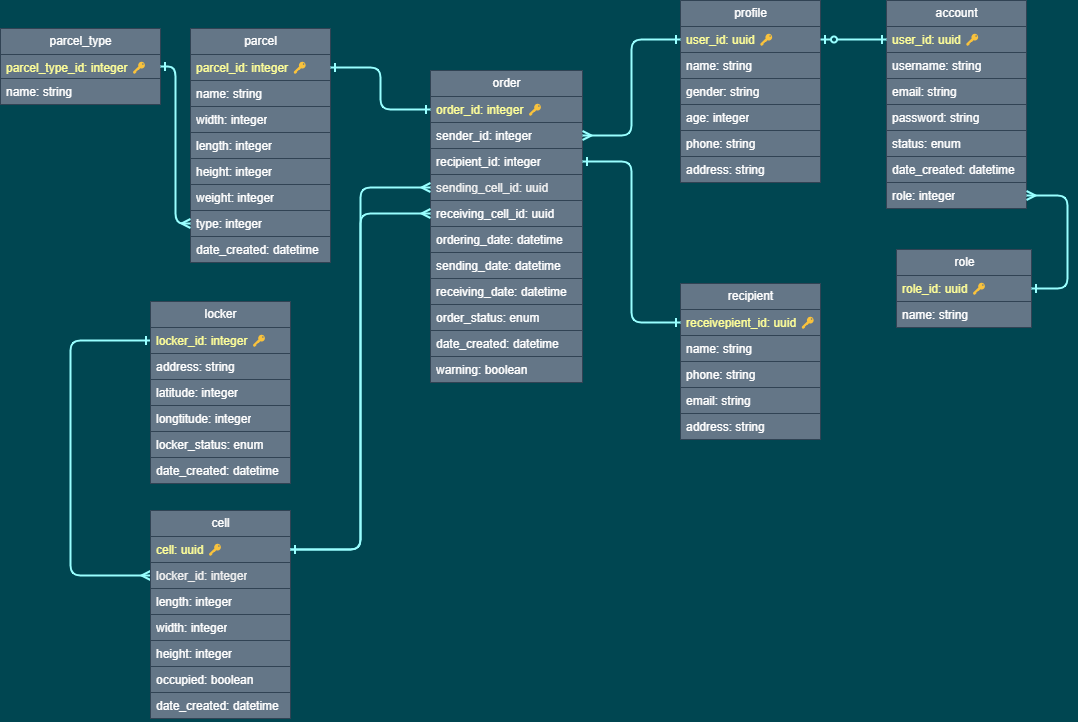
The draw.io diagram UML.drawio.png in chauanphu/be-parcel-locker, before a commit. Source tidied: cells renumbered, new cells last; positions are measured from the earlier drawing's top-left corner, leaving out a move shared by most shapes.
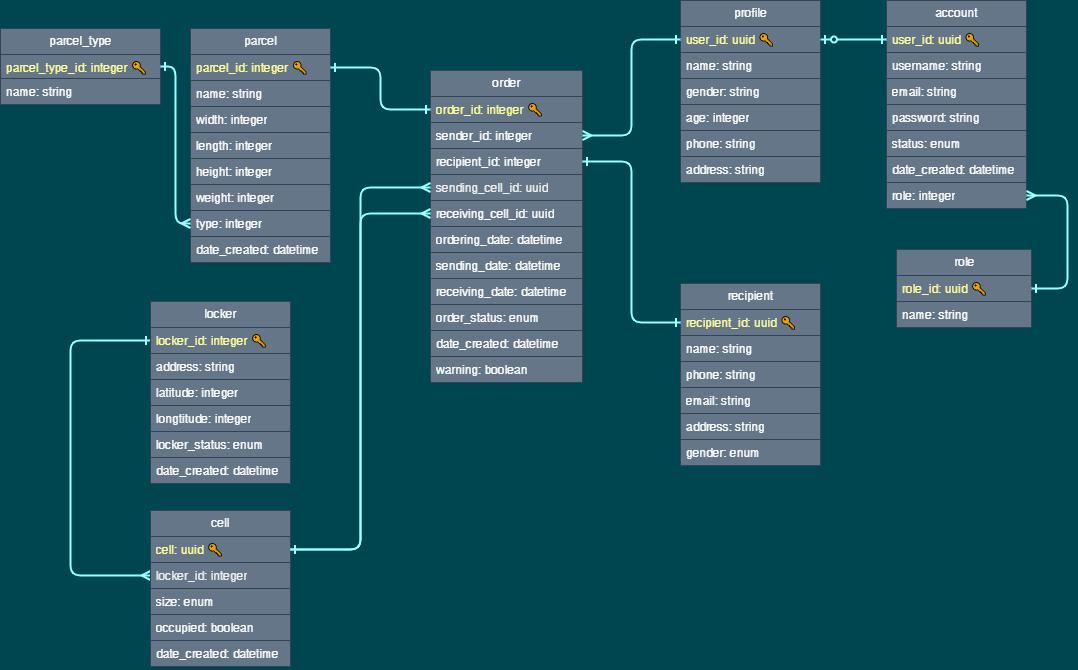
Later version of the same file.

Commit message:
add recipient, profile, account table

What changed in the source:
```diff
@@ -121,7 +121,7 @@
       <mxGeometry relative="1" as="geometry" />
     </mxCell>
     <mxCell id="40" value="cell" style="swimlane;fontStyle=0;horizontal=1;startSize=26;fillColor=#647687;html=1;fontColor=#ffffff;strokeColor=#314354;" parent="1" vertex="1">
-      <mxGeometry x="150" y="510" width="140" height="208" as="geometry" />
+      <mxGeometry x="150" y="510" width="140" height="156" as="geometry" />
     </mxCell>
     <mxCell id="41" value="&lt;font color=&quot;#ffff99&quot;&gt;cell: uuid&amp;nbsp;&lt;/font&gt;&lt;span style=&quot;color: rgb(255, 255, 153);&quot;&gt;🔑&lt;/span&gt;" style="text;strokeColor=#314354;fillColor=#647687;align=left;verticalAlign=top;spacingLeft=4;spacingRight=4;overflow=hidden;points=[[0,0.5],[1,0.5]];portConstraint=eastwest;whiteSpace=wrap;html=1;fontColor=#ffffff;" parent="40" vertex="1">
       <mxGeometry y="26" width="140" height="26" as="geometry" />
@@ -129,20 +129,14 @@
     <mxCell id="42" value="&lt;font color=&quot;#f0f0f0&quot;&gt;locker_id: integer&lt;/font&gt;" style="text;strokeColor=#314354;fillColor=#647687;align=left;verticalAlign=top;spacingLeft=4;spacingRight=4;overflow=hidden;points=[[0,0.5],[1,0.5]];portConstraint=eastwest;whiteSpace=wrap;html=1;fontColor=#ffffff;" parent="40" vertex="1">
       <mxGeometry y="52" width="140" height="26" as="geometry" />
     </mxCell>
-    <mxCell id="43" value="length: integer" style="text;strokeColor=#314354;fillColor=#647687;align=left;verticalAlign=top;spacingLeft=4;spacingRight=4;overflow=hidden;whiteSpace=wrap;html=1;fontColor=#ffffff;" parent="40" vertex="1">
-      <mxGeometry y="78" width="140" height="26" as="geometry" />
-    </mxCell>
-    <mxCell id="44" value="width: integer" style="text;strokeColor=#314354;fillColor=#647687;align=left;verticalAlign=top;spacingLeft=4;spacingRight=4;overflow=hidden;whiteSpace=wrap;html=1;fontColor=#ffffff;" parent="40" vertex="1">
-      <mxGeometry y="104" width="140" height="26" as="geometry" />
-    </mxCell>
-    <mxCell id="45" value="height: integer" style="text;strokeColor=#314354;fillColor=#647687;align=left;verticalAlign=top;spacingLeft=4;spacingRight=4;overflow=hidden;whiteSpace=wrap;html=1;fontColor=#ffffff;" parent="40" vertex="1">
-      <mxGeometry y="130" width="140" height="26" as="geometry" />
-    </mxCell>
+    <mxCell id="74" value="size: enum" style="text;strokeColor=#314354;fillColor=#647687;align=left;verticalAlign=top;spacingLeft=4;spacingRight=4;overflow=hidden;whiteSpace=wrap;html=1;fontColor=#ffffff;" parent="40" vertex="1">
+      <mxGeometry y="78" width="140" height="26" as="geometry" />
+    </mxCell>
     <mxCell id="46" value="occupied: boolean" style="text;strokeColor=#314354;fillColor=#647687;align=left;verticalAlign=top;spacingLeft=4;spacingRight=4;overflow=hidden;whiteSpace=wrap;html=1;fontColor=#ffffff;" parent="40" vertex="1">
-      <mxGeometry y="156" width="140" height="26" as="geometry" />
+      <mxGeometry y="104" width="140" height="26" as="geometry" />
     </mxCell>
     <mxCell id="47" value="date_created: datetime" style="text;strokeColor=#314354;fillColor=#647687;align=left;verticalAlign=top;spacingLeft=4;spacingRight=4;overflow=hidden;whiteSpace=wrap;html=1;fontColor=#ffffff;" parent="40" vertex="1">
-      <mxGeometry y="182" width="140" height="26" as="geometry" />
+      <mxGeometry y="130" width="140" height="26" as="geometry" />
     </mxCell>
     <mxCell id="48" style="edgeStyle=orthogonalEdgeStyle;html=1;exitX=1;exitY=0.5;exitDx=0;exitDy=0;strokeColor=#99FFFF;strokeWidth=2;fontColor=#F0F0F0;startArrow=ERone;startFill=0;endArrow=ERmany;endFill=0;entryX=0;entryY=0.5;entryDx=0;entryDy=0;" parent="1" edge="1" source="41" target="22">
       <mxGeometry relative="1" as="geometry" />
@@ -178,9 +172,9 @@
       <mxGeometry relative="1" as="geometry" />
     </mxCell>
     <mxCell id="59" value="recipient" style="swimlane;fontStyle=0;horizontal=1;startSize=26;fillColor=#647687;html=1;fontColor=#ffffff;strokeColor=#314354;" parent="1" vertex="1">
-      <mxGeometry x="680" y="283" width="140" height="156" as="geometry" />
+      <mxGeometry x="680" y="283" width="140" height="182" as="geometry" />
     </mxCell>
-    <mxCell id="60" value="&lt;font color=&quot;#ffff99&quot;&gt;receivepient_id: uuid&amp;nbsp;&lt;/font&gt;&lt;span style=&quot;color: rgb(255, 255, 153);&quot;&gt;🔑&lt;/span&gt;" style="text;strokeColor=#314354;fillColor=#647687;align=left;verticalAlign=top;spacingLeft=4;spacingRight=4;overflow=hidden;points=[[0,0.5],[1,0.5]];portConstraint=eastwest;whiteSpace=wrap;html=1;fontColor=#ffffff;" parent="59" vertex="1">
+    <mxCell id="60" value="&lt;font color=&quot;#ffff99&quot;&gt;recipient_id: uuid&amp;nbsp;&lt;/font&gt;&lt;span style=&quot;color: rgb(255, 255, 153);&quot;&gt;🔑&lt;/span&gt;" style="text;strokeColor=#314354;fillColor=#647687;align=left;verticalAlign=top;spacingLeft=4;spacingRight=4;overflow=hidden;points=[[0,0.5],[1,0.5]];portConstraint=eastwest;whiteSpace=wrap;html=1;fontColor=#ffffff;" parent="59" vertex="1">
       <mxGeometry y="26" width="140" height="26" as="geometry" />
     </mxCell>
     <mxCell id="61" value="name: string" style="text;strokeColor=#314354;fillColor=#647687;align=left;verticalAlign=top;spacingLeft=4;spacingRight=4;overflow=hidden;whiteSpace=wrap;html=1;fontColor=#ffffff;" parent="59" vertex="1">
@@ -195,6 +189,9 @@
     <mxCell id="64" value="address: string&lt;br&gt;" style="text;strokeColor=#314354;fillColor=#647687;align=left;verticalAlign=top;spacingLeft=4;spacingRight=4;overflow=hidden;whiteSpace=wrap;html=1;fontColor=#ffffff;" parent="59" vertex="1">
       <mxGeometry y="130" width="140" height="26" as="geometry" />
     </mxCell>
+    <mxCell id="75" value="gender: enum" style="text;strokeColor=#314354;fillColor=#647687;align=left;verticalAlign=top;spacingLeft=4;spacingRight=4;overflow=hidden;whiteSpace=wrap;html=1;fontColor=#ffffff;" parent="59" vertex="1">
+      <mxGeometry y="156" width="140" height="26" as="geometry" />
+    </mxCell>
     <mxCell id="65" style="edgeStyle=orthogonalEdgeStyle;shape=connector;rounded=1;html=1;exitX=1;exitY=0.5;exitDx=0;exitDy=0;entryX=0;entryY=0.5;entryDx=0;entryDy=0;labelBackgroundColor=default;strokeColor=#99FFFF;strokeWidth=2;fontFamily=Helvetica;fontSize=11;fontColor=default;startArrow=ERone;startFill=0;endArrow=ERone;endFill=0;fillColor=#647687;" parent="1" edge="1" source="21" target="60">
       <mxGeometry relative="1" as="geometry" />
     </mxCell>
```
